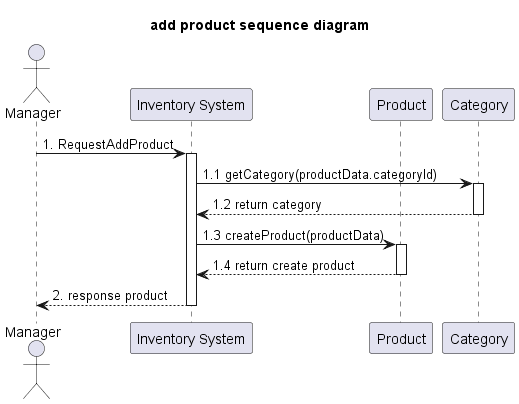
This is out/system-analysis/sequence/_2_2_sequence-add-product/_2_2_sequence-add-product.png from billowdev/inventory-system-plantuml-sequelize-seeder-example, a PlantUML export, as it was before one commit. The source it was exported from:
```plantuml
@startuml
title add product sequence diagram

actor Manager as actorManager
participant "Inventory System" as InventorySystem
participant "Product" as classProduct
participant "Category" as classCategory

actorManager -> InventorySystem: 1. RequestAddProduct
activate InventorySystem


InventorySystem -> classCategory: 1.1 getCategory(productData.categoryId)
activate classCategory

classCategory --> InventorySystem: 1.2 return category
deactivate classCategory

InventorySystem -> classProduct: 1.3 createProduct(productData)
activate classProduct



classProduct --> InventorySystem: 1.4 return create product
deactivate classProduct

InventorySystem --> actorManager: 2. response product
deactivate InventorySystem



@enduml
```
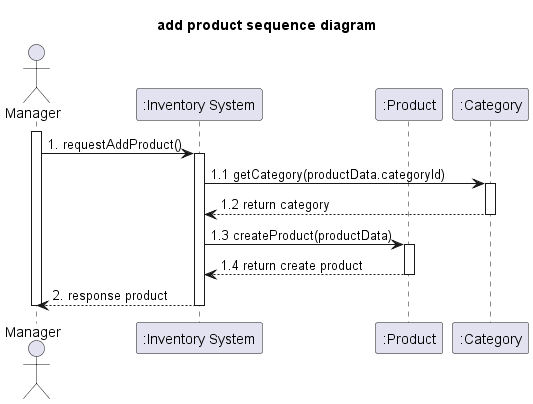
The same diagram one commit later.

What changed in the source:
```diff
@@ -2,13 +2,14 @@
 title add product sequence diagram
 
 actor Manager as actorManager
-participant "Inventory System" as InventorySystem
-participant "Product" as classProduct
-participant "Category" as classCategory
+participant ":Inventory System" as InventorySystem
+participant ":Product" as classProduct
+participant ":Category" as classCategory
 
-actorManager -> InventorySystem: 1. RequestAddProduct
+activate actorManager
+
+actorManager -> InventorySystem: 1. requestAddProduct()
 activate InventorySystem
-
 
 InventorySystem -> classCategory: 1.1 getCategory(productData.categoryId)
 activate classCategory
@@ -20,13 +21,12 @@
 activate classProduct
 
 
-
 classProduct --> InventorySystem: 1.4 return create product
 deactivate classProduct
 
 InventorySystem --> actorManager: 2. response product
 deactivate InventorySystem
 
-
+deactivate actorManager
 
 @enduml
```
